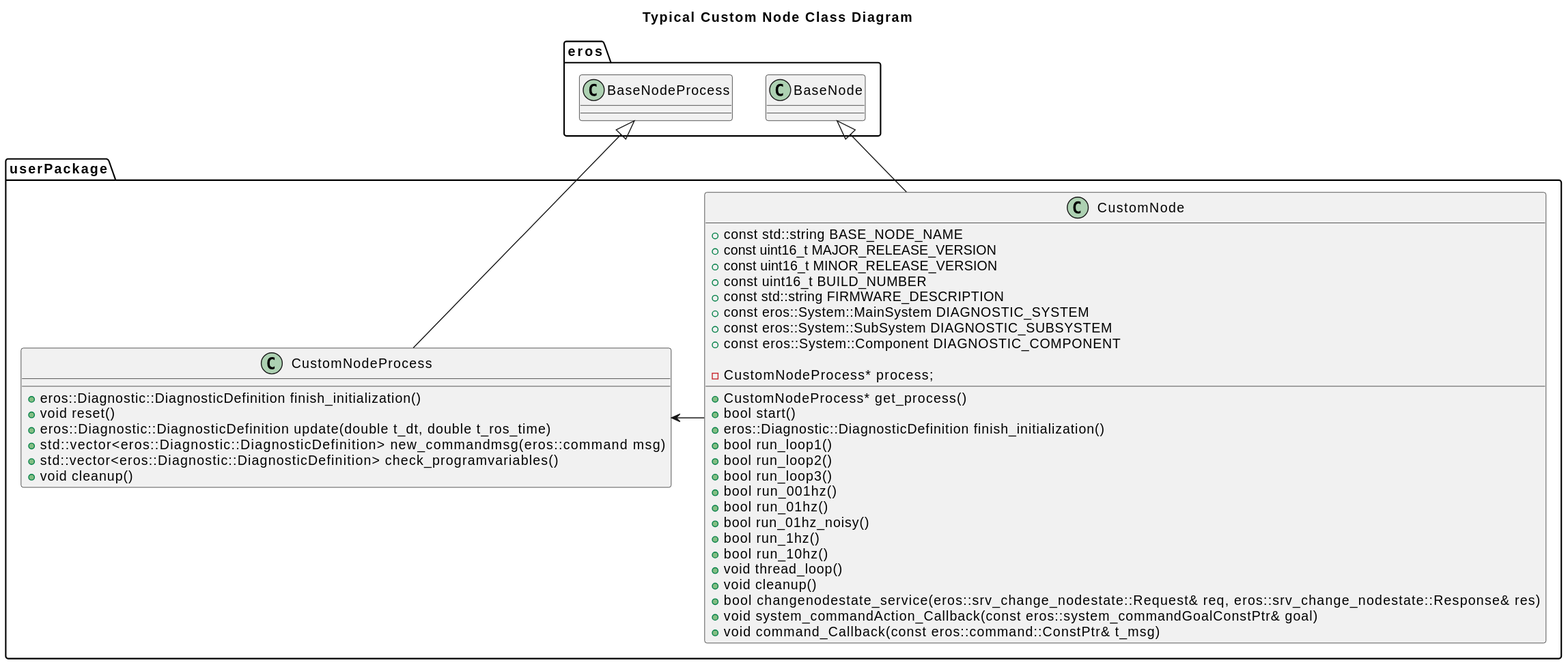
Above: doc/CustomNode/output/CustomNodeClassDiagram.svg in dgitz/eros (PlantUML), before the change. Source of this version:
```plantuml
@startuml
title Typical Custom Node Class Diagram

package eros {
  class BaseNode
  class BaseNodeProcess
}

package userPackage {
  BaseNode <|-- CustomNode
  BaseNodeProcess <|-- CustomNodeProcess
}
class CustomNode {
    +const std::string BASE_NODE_NAME
    +const uint16_t MAJOR_RELEASE_VERSION
    +const uint16_t MINOR_RELEASE_VERSION
    +const uint16_t BUILD_NUMBER
    +const std::string FIRMWARE_DESCRIPTION
    +const eros::System::MainSystem DIAGNOSTIC_SYSTEM
    +const eros::System::SubSystem DIAGNOSTIC_SUBSYSTEM
    +const eros::System::Component DIAGNOSTIC_COMPONENT
    +CustomNodeProcess* get_process()
    +bool start()
    +eros::Diagnostic::DiagnosticDefinition finish_initialization()
    +bool run_loop1()
    +bool run_loop2()
    +bool run_loop3()
    +bool run_001hz()
    +bool run_01hz()
    +bool run_01hz_noisy()
    +bool run_1hz()
    +bool run_10hz()
    +void thread_loop()
    +void cleanup()
    +bool changenodestate_service(eros::srv_change_nodestate::Request& req, eros::srv_change_nodestate::Response& res)
    +void system_commandAction_Callback(const eros::system_commandGoalConstPtr& goal)
    +void command_Callback(const eros::command::ConstPtr& t_msg)

    -CustomNodeProcess* process;
}
class CustomNodeProcess {
    +eros::Diagnostic::DiagnosticDefinition finish_initialization()
    +void reset()
    +eros::Diagnostic::DiagnosticDefinition update(double t_dt, double t_ros_time)
    +std::vector<eros::Diagnostic::DiagnosticDefinition> new_commandmsg(eros::command msg)
    +std::vector<eros::Diagnostic::DiagnosticDefinition> check_programvariables()
    +void cleanup()

}
CustomNode -> CustomNodeProcess
@enduml
```
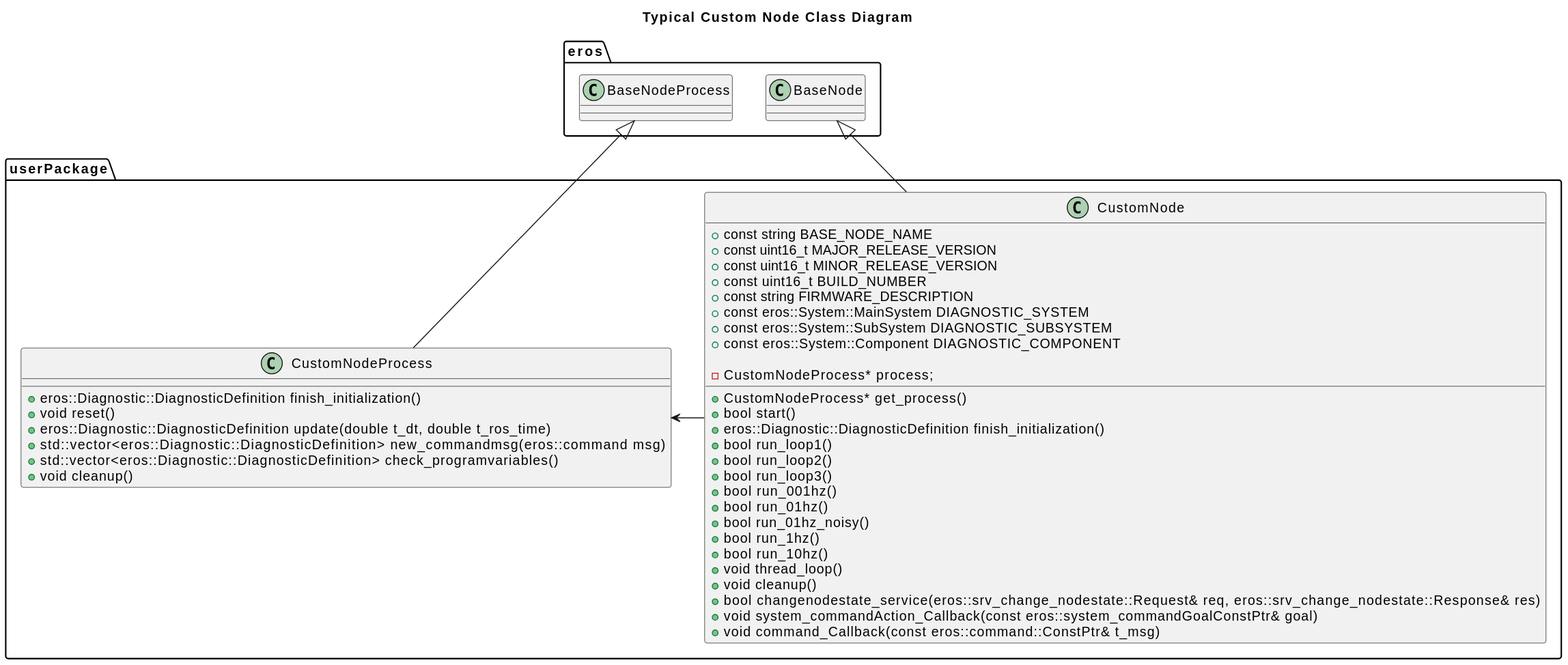
The same file after the commit.

Change to the diagram source:
```diff
@@ -11,11 +11,11 @@
   BaseNodeProcess <|-- CustomNodeProcess
 }
 class CustomNode {
-    +const std::string BASE_NODE_NAME
+    +const string BASE_NODE_NAME
     +const uint16_t MAJOR_RELEASE_VERSION
     +const uint16_t MINOR_RELEASE_VERSION
     +const uint16_t BUILD_NUMBER
-    +const std::string FIRMWARE_DESCRIPTION
+    +const string FIRMWARE_DESCRIPTION
     +const eros::System::MainSystem DIAGNOSTIC_SYSTEM
     +const eros::System::SubSystem DIAGNOSTIC_SUBSYSTEM
     +const eros::System::Component DIAGNOSTIC_COMPONENT
```
